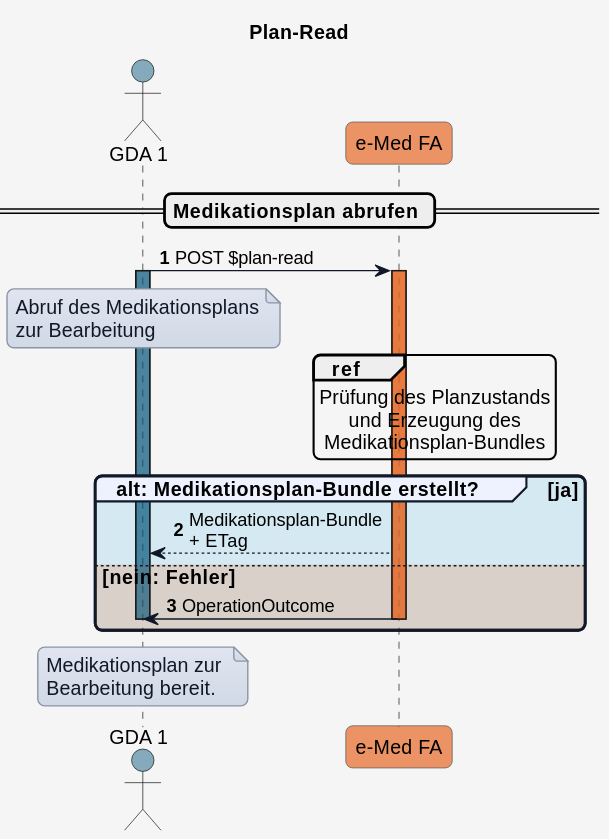
This is r4-ELGA-e-Medikation-main/plantuml/UC_eMed_01_01.svg from HL7Austria/hl7austria.github.io, a PlantUML export, as it was before one commit.
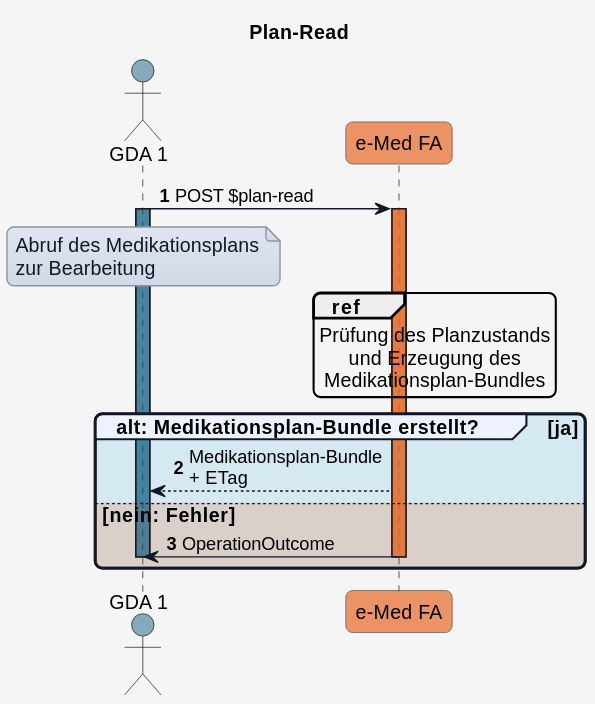
After the change.

Diff of the diagram source:
```diff
@@ -55,9 +55,6 @@
 
 autonumber
 
-
-== Medikationsplan abrufen ==
-
 GDA_1 -> eMed_FA: POST $plan-read
 activate GDA_1 COLOR_GDA_1
 
@@ -81,10 +78,4 @@
   deactivate GDA_1
   deactivate eMed_FA
 end
-
-
-note over GDA_1
-Medikationsplan zur
-Bearbeitung bereit.
-end note
 @enduml
```
